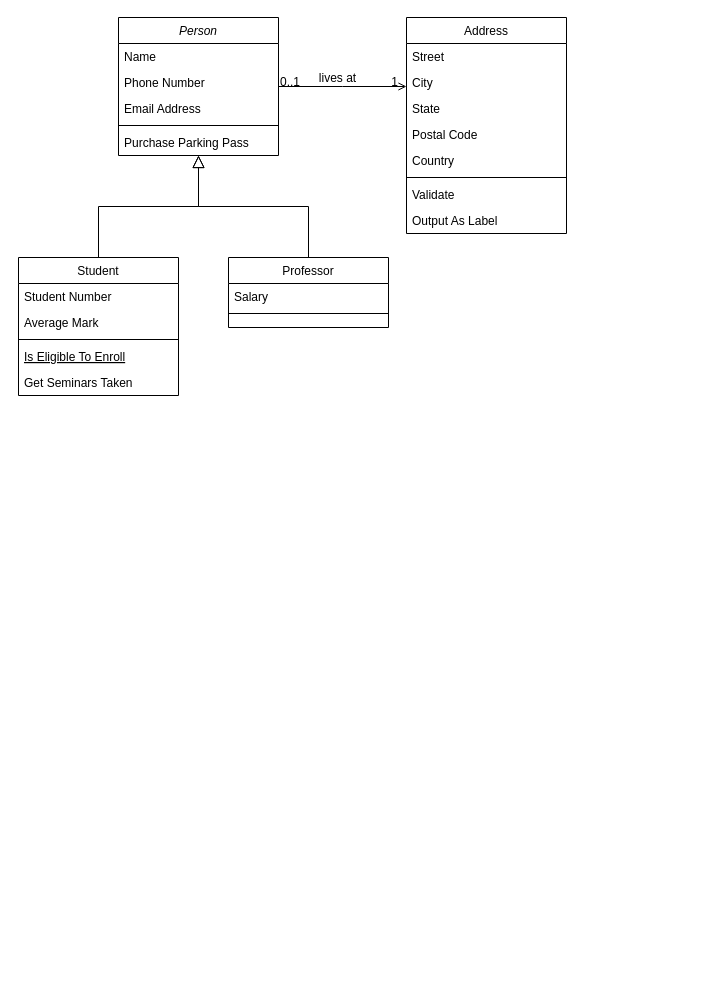
Earlier version of the draw.io diagram Untitled Diagram.drawio (p50000/MediaPlayerSimulation). Source tidied: cells renumbered, new cells numbered last; positions are measured from the earlier drawing's top-left corner, leaving out a move shared by most shapes. Both pictures are drawn from the tidied source at 100%, with x=0, y=0 at pixel (18, 17).
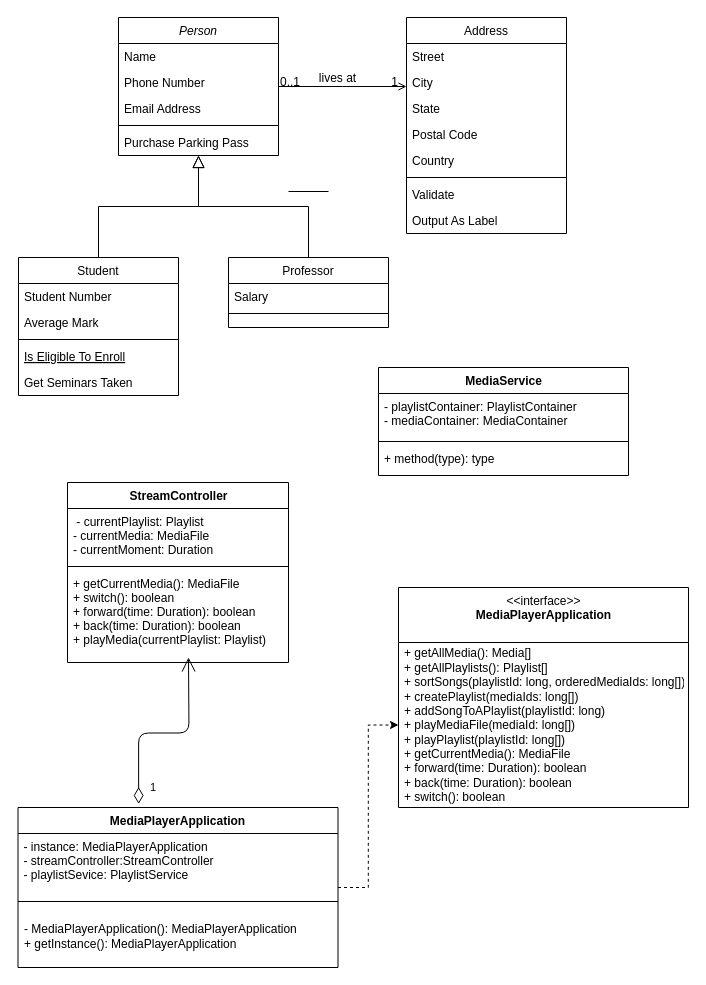
The same diagram, later.

What changed in the source:
```diff
@@
+    <mxCell id="32" style="line;strokeWidth=1;fillColor=none;align=left;verticalAlign=middle;spacingTop=-1;spacingLeft=3;spacingRight=3;labelPosition=right;" parent="1" vertex="1">
+      <mxGeometry x="270" y="170" width="40" height="8" as="geometry" />
+    </mxCell>
+    <mxCell id="33" style="edgeStyle=orthogonalEdgeStyle;rounded=0;jettySize=auto;html=1;entryX=0;entryY=0.5;entryDx=0;entryDy=0;dashed=1;" parent="1" edge="1" source="34" target="39">
+      <mxGeometry relative="1" as="geometry" />
+    </mxCell>
+    <mxCell id="34" value="MediaPlayerApplication" style="swimlane;fontStyle=1;align=center;verticalAlign=top;horizontal=1;startSize=26;" parent="1" vertex="1">
+      <mxGeometry x="-0.5" y="790" width="320" height="160" as="geometry" />
+    </mxCell>
+    <mxCell id="35" value="- instance: MediaPlayerApplication&#10;- streamController:StreamController&#10;- playlistSevice: PlaylistService" style="text;strokeColor=none;fillColor=none;align=left;verticalAlign=top;spacingLeft=4;spacingRight=4;overflow=hidden;" parent="34" vertex="1">
+      <mxGeometry y="26" width="320" height="64" as="geometry" />
+    </mxCell>
+    <mxCell id="36" style="line;strokeWidth=1;fillColor=none;align=left;verticalAlign=middle;spacingTop=-1;spacingLeft=3;spacingRight=3;labelPosition=right;" parent="34" vertex="1">
+      <mxGeometry y="90" width="320" height="8" as="geometry" />
+    </mxCell>
+    <mxCell id="37" value="- MediaPlayerApplication(): MediaPlayerApplication&lt;br&gt;+ getInstance(): MediaPlayerApplication" style="text;strokeColor=none;fillColor=none;align=left;verticalAlign=middle;spacingLeft=4;spacingRight=4;overflow=hidden;fontStyle=0;html=1;horizontal=1;" parent="34" vertex="1">
+      <mxGeometry y="98" width="320" height="62" as="geometry" />
+    </mxCell>
+    <mxCell id="38" value="&amp;lt;&amp;lt;interface&amp;gt;&amp;gt;&lt;br&gt;&lt;b&gt;MediaPlayerApplication&lt;/b&gt;" style="swimlane;fontStyle=0;align=center;verticalAlign=top;horizontal=1;startSize=55;html=1;strokeColor=#000000;" parent="1" vertex="1">
+      <mxGeometry x="380" y="570" width="290" height="220" as="geometry" />
+    </mxCell>
+    <mxCell id="39" value="+ getAllMedia(): Media[]&lt;br&gt;+ getAllPlaylists(): Playlist[]&lt;br&gt;+ sortSongs(playlistId: long, orderedMediaIds: long[])&lt;br&gt;+ createPlaylist(mediaIds: long[])&lt;br&gt;+ addSongToAPlaylist(playlistId: long)&lt;br&gt;+ playMediaFile(mediaId: long[])&lt;br&gt;+ playPlaylist(playlistId: long[])&lt;br&gt;+ getCurrentMedia(): MediaFile&lt;br&gt;+ forward(time: Duration): boolean&lt;br&gt;+ back(time: Duration): boolean&lt;br&gt;+ switch(): boolean" style="text;html=1;strokeColor=none;fillColor=none;align=left;verticalAlign=middle;spacingLeft=4;spacingRight=4;overflow=hidden;points=[[0,0.5],[1,0.5]];portConstraint=eastwest;" parent="38" vertex="1">
+      <mxGeometry y="55" width="290" height="165" as="geometry" />
+    </mxCell>
+    <mxCell id="40" value="StreamController" style="swimlane;fontStyle=1;align=center;verticalAlign=top;horizontal=1;startSize=26;strokeColor=#000000;html=1;" parent="1" vertex="1">
+      <mxGeometry x="49" y="465" width="221" height="180" as="geometry" />
+    </mxCell>
+    <mxCell id="41" value=" - currentPlaylist: Playlist&#10;- currentMedia: MediaFile&#10;- currentMoment: Duration&#10;" style="text;strokeColor=none;fillColor=none;align=left;verticalAlign=top;spacingLeft=4;spacingRight=4;overflow=hidden;" parent="40" vertex="1">
+      <mxGeometry y="26" width="221" height="54" as="geometry" />
+    </mxCell>
+    <mxCell id="42" style="line;strokeWidth=1;fillColor=none;align=left;verticalAlign=middle;spacingTop=-1;spacingLeft=3;spacingRight=3;labelPosition=right;" parent="40" vertex="1">
+      <mxGeometry y="80" width="221" height="8" as="geometry" />
+    </mxCell>
+    <mxCell id="43" value="+ getCurrentMedia(): MediaFile&#10;+ switch(): boolean&#10;+ forward(time: Duration): boolean&#10;+ back(time: Duration): boolean&#10;+ playMedia(currentPlaylist: Playlist)&#10;" style="text;strokeColor=none;fillColor=none;align=left;verticalAlign=top;spacingLeft=4;spacingRight=4;overflow=hidden;" parent="40" vertex="1">
+      <mxGeometry y="88" width="221" height="92" as="geometry" />
+    </mxCell>
+    <mxCell id="44" value="1" style="endArrow=open;html=1;endSize=12;startArrow=diamondThin;startSize=14;startFill=0;edgeStyle=orthogonalEdgeStyle;align=left;verticalAlign=bottom;exitX=0.377;exitY=-0.022;exitDx=0;exitDy=0;exitPerimeter=0;" parent="1" edge="1" source="34">
+      <mxGeometry x="-0.93" y="-10" relative="1" as="geometry">
+        <mxPoint x="170" y="640" as="targetPoint" />
+      </mxGeometry>
+    </mxCell>
+    <mxCell id="45" value="MediaService" style="swimlane;fontStyle=1;align=center;verticalAlign=top;horizontal=1;startSize=26;strokeColor=#000000;html=1;" parent="1" vertex="1">
+      <mxGeometry x="360" y="350" width="250" height="108" as="geometry" />
+    </mxCell>
+    <mxCell id="46" value="- playlistContainer: PlaylistContainer&#10;- mediaContainer: MediaContainer" style="text;strokeColor=none;fillColor=none;align=left;verticalAlign=top;spacingLeft=4;spacingRight=4;overflow=hidden;" parent="45" vertex="1">
+      <mxGeometry y="26" width="250" height="44" as="geometry" />
+    </mxCell>
+    <mxCell id="47" style="line;strokeWidth=1;fillColor=none;align=left;verticalAlign=middle;spacingTop=-1;spacingLeft=3;spacingRight=3;labelPosition=right;" parent="45" vertex="1">
+      <mxGeometry y="70" width="250" height="8" as="geometry" />
+    </mxCell>
+    <mxCell id="48" value="+ method(type): type" style="text;strokeColor=none;fillColor=none;align=left;verticalAlign=top;spacingLeft=4;spacingRight=4;overflow=hidden;" parent="45" vertex="1">
+      <mxGeometry y="78" width="250" height="30" as="geometry" />
+    </mxCell>
```
